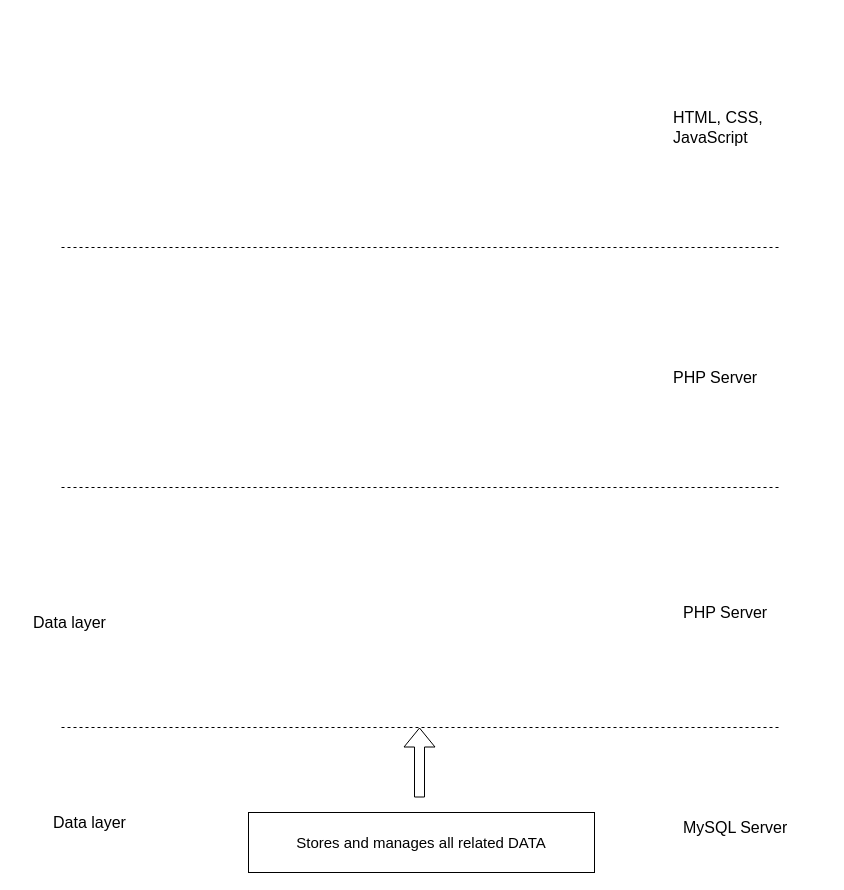
Above: Untitled Diagram.drawio in mouafikmohammed/-alx-pre_course (draw.io), before the change. Source tidied: cells renumbered, new cells numbered last; positions are measured from the earlier drawing's top-left corner, leaving out a move shared by most shapes. Both pictures are drawn from the tidied source at 100%, with x=0, y=0 at pixel (27, 97).
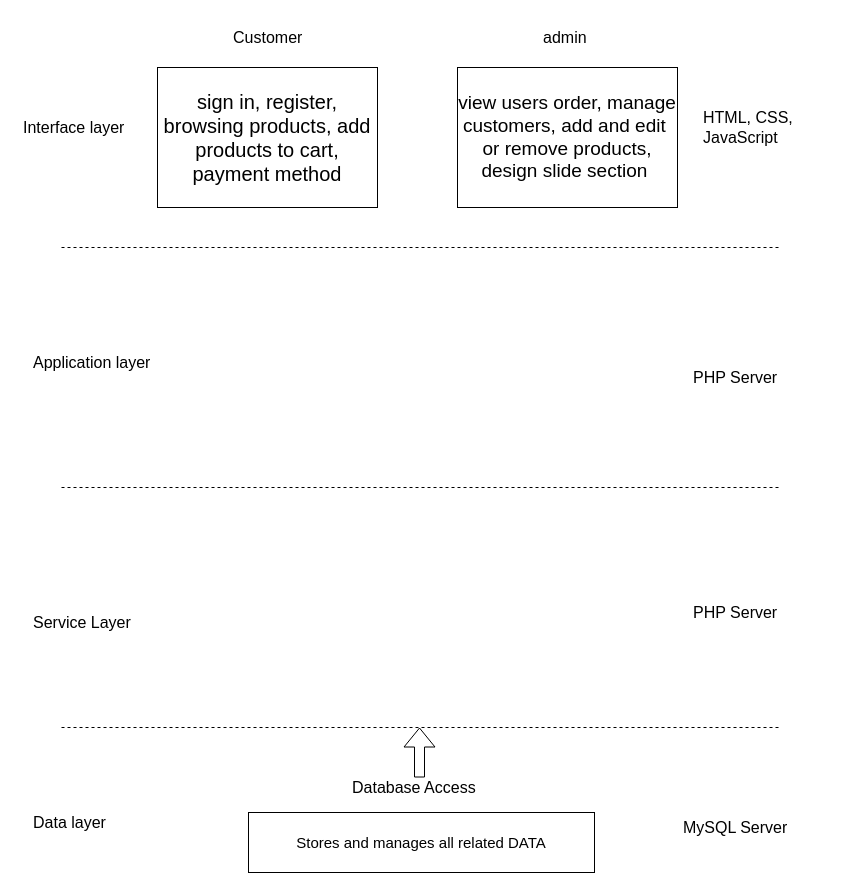
Above is the later version.

Change to the diagram source:
```diff
@@
     <mxCell id="4" value="&lt;font style=&quot;font-size: 16px;&quot;&gt;Data layer&lt;/font&gt;" style="text;strokeColor=none;fillColor=none;align=left;verticalAlign=middle;spacingLeft=4;spacingRight=4;overflow=hidden;whiteSpace=wrap;html=1;" parent="1" vertex="1">
-      <mxGeometry x="20" y="710" width="140" height="30" as="geometry" />
+      <mxGeometry y="710" width="140" height="30" as="geometry" />
     </mxCell>
     <mxCell id="5" style="shape=flexArrow;endArrow=classic;html=1;rounded=0;" parent="1" edge="1">
       <mxGeometry relative="1" as="geometry">
-        <mxPoint x="392" y="700" as="sourcePoint" />
+        <mxPoint x="392" y="680" as="sourcePoint" />
         <mxPoint x="392" y="630" as="targetPoint" />
       </mxGeometry>
     </mxCell>
@@
-    <mxCell id="7" value="&lt;font style=&quot;font-size: 16px;&quot;&gt;Data layer&lt;/font&gt;" style="text;strokeColor=none;fillColor=none;align=left;verticalAlign=middle;spacingLeft=4;spacingRight=4;overflow=hidden;whiteSpace=wrap;html=1;" parent="1" vertex="1">
+    <mxCell id="7" value="&lt;font style=&quot;font-size: 16px;&quot;&gt;Service Layer&lt;/font&gt;" style="text;strokeColor=none;fillColor=none;align=left;verticalAlign=middle;spacingLeft=4;spacingRight=4;overflow=hidden;whiteSpace=wrap;html=1;" parent="1" vertex="1">
       <mxGeometry y="510" width="140" height="30" as="geometry" />
     </mxCell>
@@
     <mxCell id="10" value="&lt;font style=&quot;font-size: 16px;&quot;&gt;PHP Server&lt;/font&gt;" style="text;strokeColor=none;fillColor=none;align=left;verticalAlign=middle;spacingLeft=4;spacingRight=4;overflow=hidden;whiteSpace=wrap;html=1;" parent="1" vertex="1">
-      <mxGeometry x="650" y="500" width="140" height="30" as="geometry" />
+      <mxGeometry x="660" y="500" width="140" height="30" as="geometry" />
     </mxCell>
     <mxCell id="11" value="&lt;font style=&quot;font-size: 16px;&quot;&gt;PHP Server&lt;/font&gt;" style="text;strokeColor=none;fillColor=none;align=left;verticalAlign=middle;spacingLeft=4;spacingRight=4;overflow=hidden;whiteSpace=wrap;html=1;" parent="1" vertex="1">
-      <mxGeometry x="640" y="265" width="140" height="30" as="geometry" />
+      <mxGeometry x="660" y="264.5" width="140" height="30" as="geometry" />
     </mxCell>
     <mxCell id="12" value="&lt;font style=&quot;font-size: 16px;&quot;&gt;HTML, CSS, JavaScript&lt;/font&gt;" style="text;strokeColor=none;fillColor=none;align=left;verticalAlign=middle;spacingLeft=4;spacingRight=4;overflow=hidden;whiteSpace=wrap;html=1;" parent="1" vertex="1">
-      <mxGeometry x="640" width="140" height="60" as="geometry" />
+      <mxGeometry x="670" width="120" height="60" as="geometry" />
     </mxCell>
+    <mxCell id="13" value="&lt;font style=&quot;font-size: 20px;&quot;&gt;sign in, register, browsing products, add products to cart, payment method&lt;/font&gt;" style="rounded=0;whiteSpace=wrap;html=1;" parent="1" vertex="1">
+      <mxGeometry x="130" y="-30" width="220" height="140" as="geometry" />
+    </mxCell>
+    <mxCell id="14" value="&lt;font style=&quot;font-size: 19px;&quot;&gt;view users order, manage customers, add and edit&amp;nbsp; or remove products, design slide section&amp;nbsp;&lt;/font&gt;" style="rounded=0;whiteSpace=wrap;html=1;" parent="1" vertex="1">
+      <mxGeometry x="430" y="-30" width="220" height="140" as="geometry" />
+    </mxCell>
+    <mxCell id="15" value="&lt;font style=&quot;font-size: 16px;&quot;&gt;admin&lt;/font&gt;" style="text;strokeColor=none;fillColor=none;align=left;verticalAlign=middle;spacingLeft=4;spacingRight=4;overflow=hidden;whiteSpace=wrap;html=1;" parent="1" vertex="1">
+      <mxGeometry x="510" y="-80" width="100" height="40" as="geometry" />
+    </mxCell>
+    <mxCell id="16" value="&lt;span style=&quot;font-size: 16px;&quot;&gt;Customer&lt;/span&gt;" style="text;strokeColor=none;fillColor=none;align=left;verticalAlign=middle;spacingLeft=4;spacingRight=4;overflow=hidden;whiteSpace=wrap;html=1;" parent="1" vertex="1">
+      <mxGeometry x="200" y="-80" width="100" height="40" as="geometry" />
+    </mxCell>
+    <mxCell id="17" value="&lt;span style=&quot;font-size: 16px;&quot;&gt;Database Access&lt;/span&gt;" style="text;strokeColor=none;fillColor=none;align=left;verticalAlign=middle;spacingLeft=4;spacingRight=4;overflow=hidden;whiteSpace=wrap;html=1;" parent="1" vertex="1">
+      <mxGeometry x="319" y="670" width="150" height="40" as="geometry" />
+    </mxCell>
+    <mxCell id="18" value="&lt;span style=&quot;font-size: 16px;&quot;&gt;Interface layer&lt;/span&gt;" style="text;strokeColor=none;fillColor=none;align=left;verticalAlign=middle;spacingLeft=4;spacingRight=4;overflow=hidden;whiteSpace=wrap;html=1;" parent="1" vertex="1">
+      <mxGeometry x="-10" y="15" width="120" height="30" as="geometry" />
+    </mxCell>
+    <mxCell id="19" value="&lt;font style=&quot;font-size: 16px;&quot;&gt;Application layer&lt;/font&gt;" style="text;strokeColor=none;fillColor=none;align=left;verticalAlign=middle;spacingLeft=4;spacingRight=4;overflow=hidden;whiteSpace=wrap;html=1;" parent="1" vertex="1">
+      <mxGeometry y="250" width="140" height="30" as="geometry" />
+    </mxCell>
```
